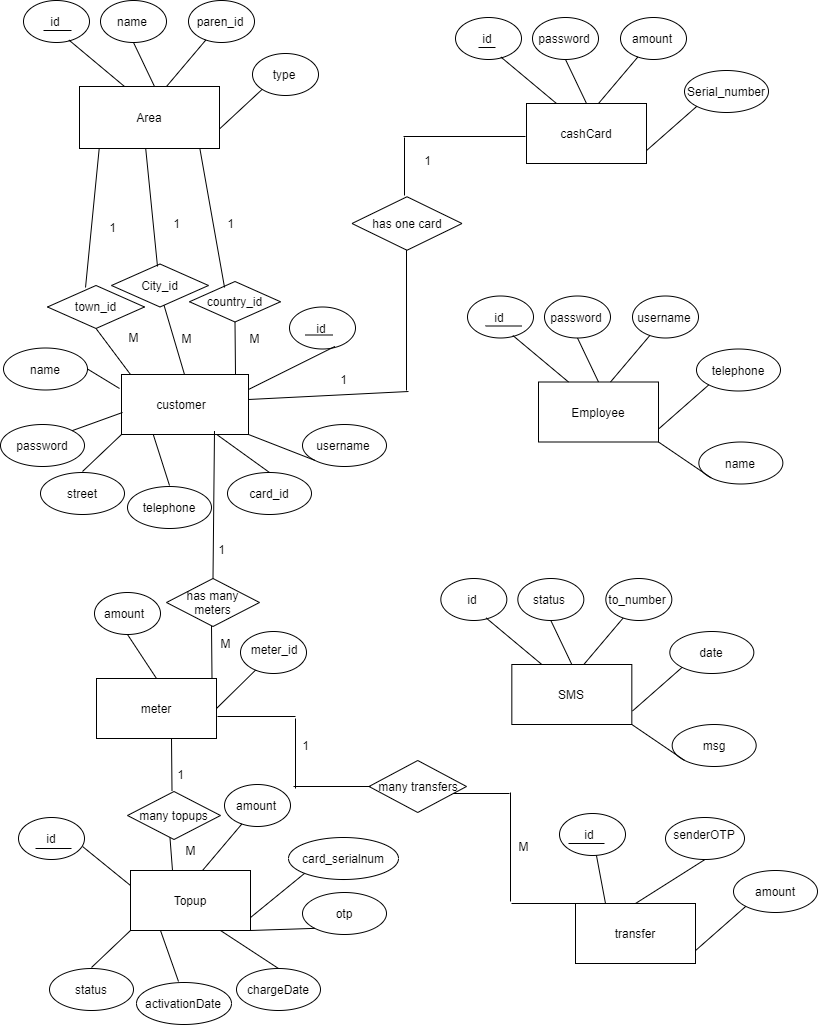
Before: Untitled Diagram (2).png, a diagram exported from draw.io (shamaabuhassan/Charts). Source tidied: cells renumbered, new cells last; positions are measured from the earlier drawing's top-left corner, leaving out a move shared by most shapes.
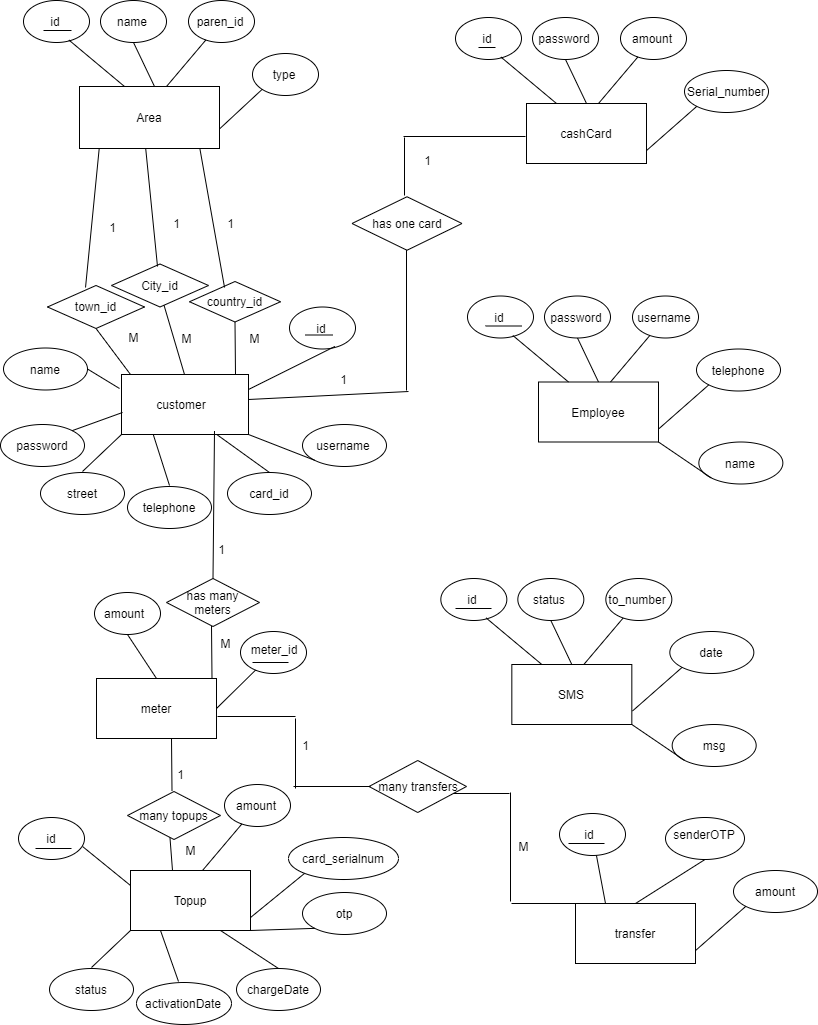
The same file after the commit.

Change to the diagram source:
```diff
@@ -636,5 +636,17 @@
     <mxCell id="174" value="1" style="text;html=1;align=center;verticalAlign=middle;" parent="1" vertex="1">
       <mxGeometry x="296" y="736" width="17" height="18" as="geometry" />
     </mxCell>
+    <mxCell id="175" style="endArrow=none;html=1;" parent="1" edge="1">
+      <mxGeometry relative="1" as="geometry">
+        <mxPoint x="252" y="662" as="sourcePoint" />
+        <mxPoint x="288" y="662" as="targetPoint" />
+      </mxGeometry>
+    </mxCell>
+    <mxCell id="176" style="endArrow=none;html=1;" parent="1" edge="1">
+      <mxGeometry relative="1" as="geometry">
+        <mxPoint x="455" y="608" as="sourcePoint" />
+        <mxPoint x="491" y="608" as="targetPoint" />
+      </mxGeometry>
+    </mxCell>
   </root>
 </mxGraphModel>
```
